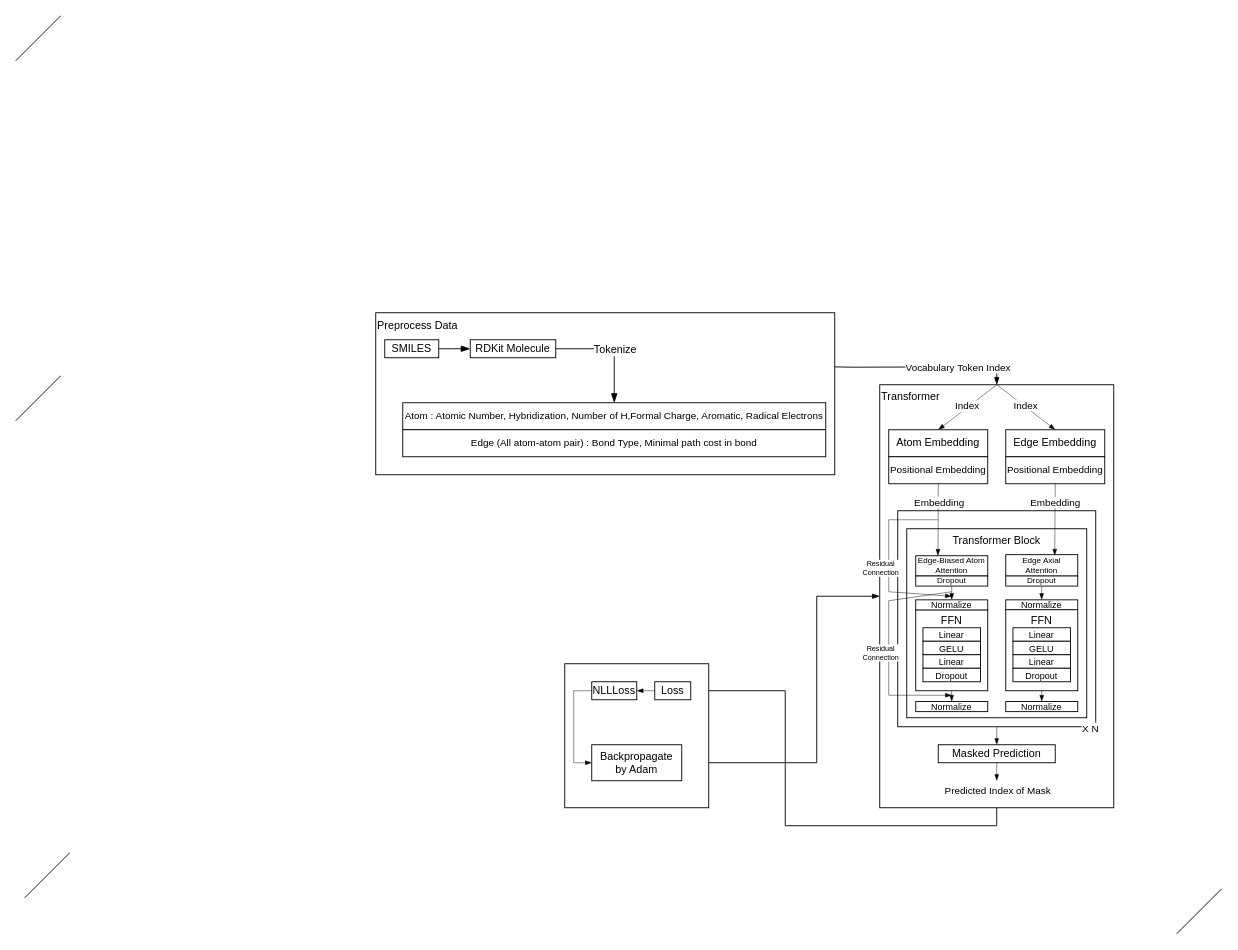
rladbtls1998/public_temp keeps this draw.io diagram as ligemb_model_structure_2.drawio. Above is the earlier version. Source tidied: cells renumbered, new cells numbered last; positions are measured from the earlier drawing's top-left corner, leaving out a move shared by most shapes. Both pictures are drawn from the tidied source at 90%, with x=0, y=0 at pixel (15, 15).
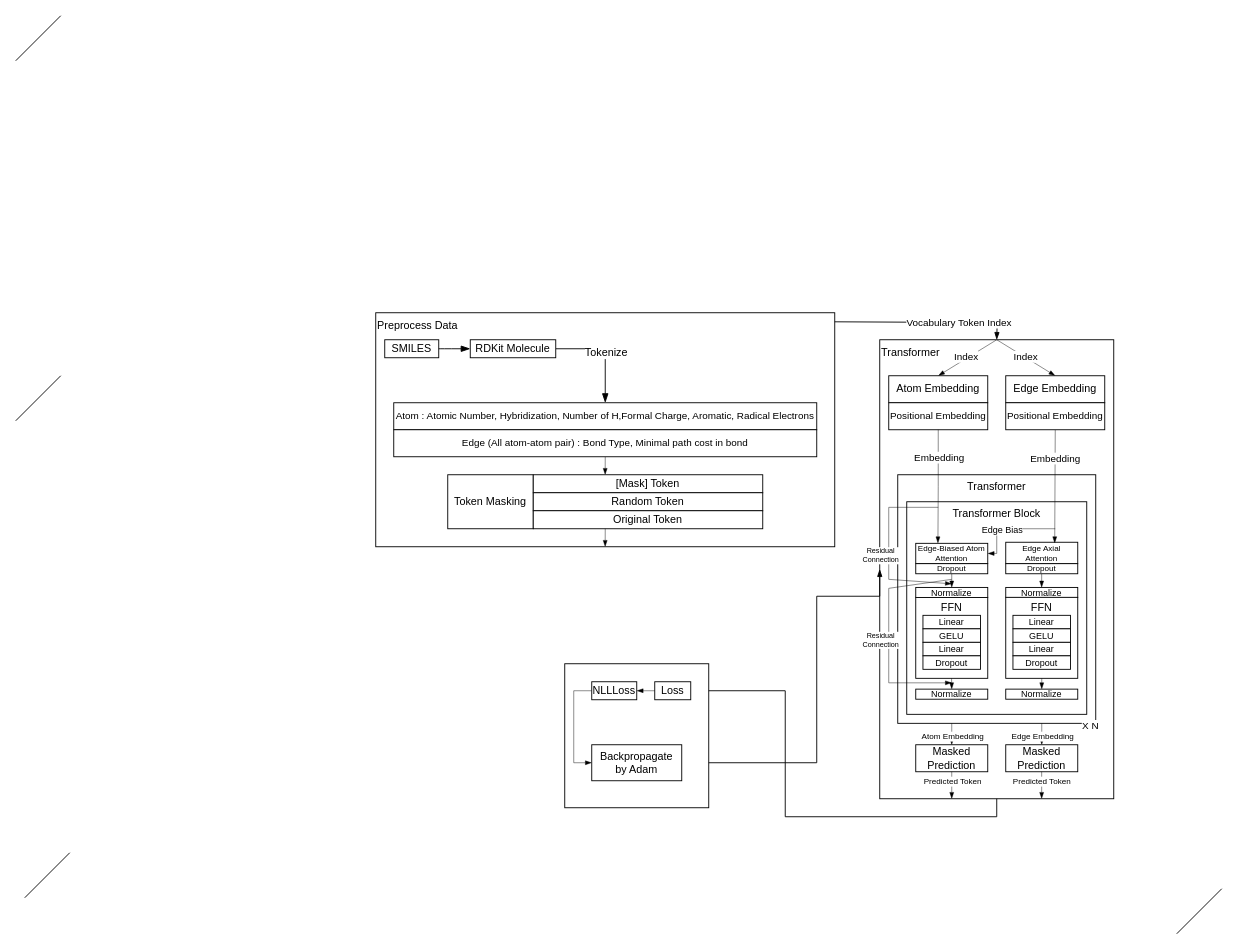
Above is the later version.

Unchanged cells that the change refers to:
```xml
<mxCell id="48" style="rounded=0;jettySize=auto;html=1;exitX=0.5;exitY=1;exitDx=0;exitDy=0;endArrow=blockThin;endFill=1;strokeWidth=0.5;elbow=vertical;entryX=0.68;entryY=0.041;entryDx=0;entryDy=0;entryPerimeter=0;" parent="1" edge="1" source="57" target="34">
  <mxGeometry relative="1" as="geometry" />
</mxCell>
<mxCell id="54" value="Positional Embedding" style="rounded=0;whiteSpace=wrap;html=1;fontSize=11;" parent="52" vertex="1">
  <mxGeometry y="30" width="110" height="30" as="geometry" />
</mxCell>
```

What changed in the source:
```diff
@@
     <mxCell id="2" value="Transformer" style="rounded=0;whiteSpace=wrap;html=1;align=left;verticalAlign=top;horizontal=1;" parent="1" vertex="1">
-      <mxGeometry x="960" y="410" width="260" height="470" as="geometry" />
+      <mxGeometry x="960" y="360" width="260" height="510" as="geometry" />
     </mxCell>
@@
-    <mxCell id="5" style="rounded=0;jettySize=auto;html=1;entryX=0.5;entryY=0;entryDx=0;entryDy=0;edgeStyle=orthogonalEdgeStyle;elbow=vertical;endArrow=blockThin;endFill=1;" parent="1" edge="1" target="2">
+    <mxCell id="5" style="rounded=0;orthogonalLoop=1;jettySize=auto;html=1;entryX=0.5;entryY=0;entryDx=0;entryDy=0;edgeStyle=orthogonalEdgeStyle;elbow=vertical;endArrow=blockThin;endFill=1;" parent="1" edge="1">
       <mxGeometry relative="1" as="geometry">
-        <mxPoint x="900" y="390" as="sourcePoint" />
+        <mxPoint x="900" y="340" as="sourcePoint" />
+        <mxPoint x="1090" y="360" as="targetPoint" />
       </mxGeometry>
     </mxCell>
@@
     <mxCell id="9" value="Masked Prediction" style="rounded=0;whiteSpace=wrap;html=1;" parent="1" vertex="1">
-      <mxGeometry x="1025" y="810" width="130" height="20" as="geometry" />
+      <mxGeometry x="1000" y="810" width="80" height="30" as="geometry" />
     </mxCell>
-    <mxCell id="10" style="rounded=0;jettySize=auto;html=1;exitX=0.5;exitY=1;exitDx=0;exitDy=0;endArrow=blockThin;endFill=1;strokeWidth=0.5;entryX=0.5;entryY=0;entryDx=0;entryDy=0;" parent="1" edge="1" source="17" target="9">
-      <mxGeometry relative="1" as="geometry" />
-    </mxCell>
     <mxCell id="11" style="rounded=0;jettySize=auto;html=1;exitX=0.5;exitY=1;exitDx=0;exitDy=0;endArrow=blockThin;endFill=1;strokeWidth=0.5;" parent="1" edge="1" source="9">
       <mxGeometry relative="1" as="geometry">
-        <mxPoint x="1090" y="850" as="targetPoint" />
+        <mxPoint x="1040" y="870" as="targetPoint" />
       </mxGeometry>
     </mxCell>
-    <mxCell id="12" value="Predicted Index of Mask" style="edgeLabel;html=1;align=center;verticalAlign=middle;" parent="11" vertex="1">
+    <mxCell id="12" value="Predicted Token" style="edgeLabel;html=1;align=center;verticalAlign=middle;fontSize=9;" parent="11" vertex="1">
       <mxGeometry x="0.51" y="-1" relative="1" as="geometry">
-        <mxPoint x="1" y="15" as="offset" />
+        <mxPoint x="1" y="-13" as="offset" />
       </mxGeometry>
     </mxCell>
@@
     <mxCell id="16" style="group;fontSize=10;" parent="1" vertex="1">
-      <mxGeometry x="970" y="550" width="230" height="240" as="geometry" />
+      <mxGeometry x="970" y="500" width="230" height="290" as="geometry" />
     </mxCell>
-    <mxCell id="17" style="rounded=0;whiteSpace=wrap;html=1;verticalAlign=top;align=right;" parent="16" vertex="1">
-      <mxGeometry x="10" width="220" height="240" as="geometry" />
+    <mxCell id="17" value="Transformer" style="rounded=0;whiteSpace=wrap;html=1;verticalAlign=top;align=center;" parent="16" vertex="1">
+      <mxGeometry x="10" y="10" width="220" height="276.2" as="geometry" />
     </mxCell>
     <mxCell id="18" value="Transformer Block" style="rounded=0;whiteSpace=wrap;html=1;verticalAlign=top;" parent="16" vertex="1">
-      <mxGeometry x="20" y="20" width="200" height="210" as="geometry" />
+      <mxGeometry x="20" y="40" width="200" height="236.2" as="geometry" />
     </mxCell>
@@
     <mxCell id="20" style="group;" parent="16" vertex="1">
-      <mxGeometry x="30" y="110" width="80" height="110" as="geometry" />
+      <mxGeometry x="30" y="146.2" width="80" height="110" as="geometry" />
     </mxCell>
@@
     <mxCell id="27" style="endArrow=blockThin;html=1;rounded=0;strokeWidth=0.5;endFill=1;" parent="16" edge="1">
       <mxGeometry relative="1" as="geometry">
-        <mxPoint x="55" y="10" as="sourcePoint" />
-        <mxPoint x="70" y="95" as="targetPoint" />
+        <mxPoint x="55" y="46.2" as="sourcePoint" />
+        <mxPoint x="70" y="131.2" as="targetPoint" />
         <Array as="points">
-          <mxPoint y="10" />
-          <mxPoint y="90" />
+          <mxPoint y="46.2" />
+          <mxPoint y="126.2" />
         </Array>
       </mxGeometry>
     </mxCell>
@@
     <mxCell id="31" value="Normalize" style="rounded=0;whiteSpace=wrap;html=1;fontSize=10;" parent="16" vertex="1">
-      <mxGeometry x="30" y="99" width="80" height="11.2" as="geometry" />
+      <mxGeometry x="30" y="135.2" width="80" height="11.2" as="geometry" />
     </mxCell>
     <mxCell id="32" value="Edge-Biased Atom Attention" style="rounded=0;whiteSpace=wrap;html=1;fontSize=9;" parent="16" vertex="1">
-      <mxGeometry x="30" y="50" width="80" height="22.5" as="geometry" />
+      <mxGeometry x="30" y="86.2" width="80" height="22.5" as="geometry" />
     </mxCell>
     <mxCell id="33" value="Normalize" style="rounded=0;whiteSpace=wrap;html=1;fontSize=10;" parent="16" vertex="1">
-      <mxGeometry x="130" y="99" width="80" height="11.2" as="geometry" />
+      <mxGeometry x="130" y="135.2" width="80" height="11.2" as="geometry" />
     </mxCell>
     <mxCell id="34" value="Edge Axial Attention" style="rounded=0;whiteSpace=wrap;html=1;fontSize=9;" parent="16" vertex="1">
-      <mxGeometry x="130" y="48.8" width="80" height="23.8" as="geometry" />
+      <mxGeometry x="130" y="85" width="80" height="23.8" as="geometry" />
     </mxCell>
     <mxCell id="35" value="&lt;font style=&quot;font-size: 9px;&quot;&gt;Dropout&lt;/font&gt;" style="rounded=0;whiteSpace=wrap;html=1;fontSize=9;" parent="16" vertex="1">
-      <mxGeometry x="30" y="72.5" width="80" height="11.2" as="geometry" />
+      <mxGeometry x="30" y="108.8" width="80" height="11.2" as="geometry" />
     </mxCell>
     <mxCell id="36" value="&lt;font style=&quot;font-size: 9px;&quot;&gt;Dropout&lt;/font&gt;" style="rounded=0;whiteSpace=wrap;html=1;fontSize=9;" parent="16" vertex="1">
-      <mxGeometry x="130" y="72.5" width="80" height="11.2" as="geometry" />
+      <mxGeometry x="130" y="108.8" width="80" height="11.2" as="geometry" />
     </mxCell>
     <mxCell id="37" style="rounded=0;orthogonalLoop=1;jettySize=auto;html=1;exitX=0.5;exitY=1;exitDx=0;exitDy=0;endArrow=blockThin;endFill=1;strokeWidth=0.5;entryX=0.5;entryY=0;entryDx=0;entryDy=0;" parent="16" edge="1">
       <mxGeometry relative="1" as="geometry">
-        <mxPoint x="169.9" y="84" as="sourcePoint" />
-        <mxPoint x="169.9" y="99" as="targetPoint" />
+        <mxPoint x="169.9" y="120.2" as="sourcePoint" />
+        <mxPoint x="169.9" y="135.2" as="targetPoint" />
       </mxGeometry>
     </mxCell>
     <mxCell id="38" value="FFN" style="rounded=0;whiteSpace=wrap;html=1;horizontal=1;verticalAlign=top;spacing=0;" parent="16" vertex="1">
-      <mxGeometry x="130" y="110" width="80" height="90" as="geometry" />
+      <mxGeometry x="130" y="146.2" width="80" height="90" as="geometry" />
     </mxCell>
     <mxCell id="39" value="Linear" style="rounded=0;whiteSpace=wrap;html=1;fontSize=10;" parent="16" vertex="1">
-      <mxGeometry x="138" y="130" width="64" height="15" as="geometry" />
+      <mxGeometry x="138" y="166.2" width="64" height="15" as="geometry" />
     </mxCell>
     <mxCell id="40" value="GELU" style="rounded=0;whiteSpace=wrap;html=1;fontSize=10;" parent="16" vertex="1">
-      <mxGeometry x="138" y="145" width="64" height="15" as="geometry" />
+      <mxGeometry x="138" y="181.2" width="64" height="15" as="geometry" />
     </mxCell>
     <mxCell id="41" value="Linear" style="rounded=0;whiteSpace=wrap;html=1;fontSize=10;" parent="16" vertex="1">
-      <mxGeometry x="138" y="160" width="64" height="15" as="geometry" />
+      <mxGeometry x="138" y="196.2" width="64" height="15" as="geometry" />
     </mxCell>
     <mxCell id="42" value="Dropout" style="rounded=0;whiteSpace=wrap;html=1;fontSize=10;" parent="16" vertex="1">
-      <mxGeometry x="138" y="175" width="64" height="15" as="geometry" />
+      <mxGeometry x="138" y="211.2" width="64" height="15" as="geometry" />
     </mxCell>
     <mxCell id="43" value="Normalize" style="rounded=0;whiteSpace=wrap;html=1;fontSize=10;" parent="16" vertex="1">
-      <mxGeometry x="30" y="212" width="80" height="11.2" as="geometry" />
+      <mxGeometry x="30" y="248.2" width="80" height="11.2" as="geometry" />
     </mxCell>
     <mxCell id="44" value="Normalize" style="rounded=0;whiteSpace=wrap;html=1;fontSize=10;" parent="16" vertex="1">
-      <mxGeometry x="130" y="212" width="80" height="11.2" as="geometry" />
+      <mxGeometry x="130" y="248.2" width="80" height="11.2" as="geometry" />
     </mxCell>
     <mxCell id="45" style="endArrow=blockThin;html=1;rounded=0;strokeWidth=0.5;endFill=1;" parent="16" edge="1">
       <mxGeometry relative="1" as="geometry">
-        <mxPoint x="70" y="90" as="sourcePoint" />
-        <mxPoint x="70" y="205" as="targetPoint" />
+        <mxPoint x="70" y="126.2" as="sourcePoint" />
+        <mxPoint x="70" y="241.2" as="targetPoint" />
         <Array as="points">
-          <mxPoint y="100" />
-          <mxPoint y="205" />
+          <mxPoint y="136.2" />
+          <mxPoint y="241.2" />
         </Array>
       </mxGeometry>
     </mxCell>
@@
+    <mxCell id="78" style="rounded=0;jettySize=auto;html=1;endArrow=blockThin;endFill=1;strokeWidth=0.5;entryX=0.5;entryY=0;entryDx=0;entryDy=0;" parent="16" edge="1" target="91">
+      <mxGeometry relative="1" as="geometry">
+        <mxPoint x="170" y="286.2" as="sourcePoint" />
+      </mxGeometry>
+    </mxCell>
+    <mxCell id="79" value="Edge Embedding" style="edgeLabel;html=1;align=center;verticalAlign=middle;fontFamily=Helvetica;fontSize=9;fontColor=default;labelBackgroundColor=default;" parent="78" vertex="1">
+      <mxGeometry x="-0.26" y="1" relative="1" as="geometry">
+        <mxPoint x="-1" y="5" as="offset" />
+      </mxGeometry>
+    </mxCell>
@@
     <mxCell id="49" value="Embedding" style="edgeLabel;html=1;align=center;verticalAlign=middle;" parent="48" vertex="1">
       <mxGeometry x="-0.62" y="2" relative="1" as="geometry">
-        <mxPoint x="-2" y="5" as="offset" />
+        <mxPoint x="-2" y="7" as="offset" />
       </mxGeometry>
     </mxCell>
-    <mxCell id="50" style="rounded=0;jettySize=auto;html=1;exitX=0.5;exitY=1;exitDx=0;exitDy=0;endArrow=blockThin;endFill=1;strokeWidth=0.5;edgeStyle=elbowEdgeStyle;elbow=vertical;entryX=0.308;entryY=-0.006;entryDx=0;entryDy=0;entryPerimeter=0;" parent="1" edge="1" source="54" target="32">
-      <mxGeometry relative="1" as="geometry" />
-    </mxCell>
-    <mxCell id="51" value="Embedding" style="edgeLabel;html=1;align=center;verticalAlign=middle;" parent="50" vertex="1">
-      <mxGeometry x="-0.12" y="1" relative="1" as="geometry">
-        <mxPoint x="-1" y="-15" as="offset" />
-      </mxGeometry>
-    </mxCell>
     <mxCell id="52" style="group;" parent="1" vertex="1">
-      <mxGeometry x="970" y="460" width="110" height="60" as="geometry" />
+      <mxGeometry x="970" y="400" width="110" height="60" as="geometry" />
     </mxCell>
@@
+    <mxCell id="50" style="rounded=0;jettySize=auto;html=1;exitX=0.5;exitY=1;exitDx=0;exitDy=0;endArrow=blockThin;endFill=1;strokeWidth=0.5;edgeStyle=elbowEdgeStyle;elbow=vertical;entryX=0.308;entryY=-0.006;entryDx=0;entryDy=0;entryPerimeter=0;" parent="1" edge="1" source="54" target="32">
+      <mxGeometry relative="1" as="geometry" />
+    </mxCell>
+    <mxCell id="51" value="Embedding" style="edgeLabel;html=1;align=center;verticalAlign=middle;" parent="50" vertex="1">
+      <mxGeometry x="-0.12" y="1" relative="1" as="geometry">
+        <mxPoint x="-1" y="-26" as="offset" />
+      </mxGeometry>
+    </mxCell>
     <mxCell id="55" style="group;" parent="1" vertex="1">
-      <mxGeometry x="1100" y="460" width="110" height="60" as="geometry" />
+      <mxGeometry x="1100" y="400" width="110" height="60" as="geometry" />
     </mxCell>
@@
     <mxCell id="61" style="group;" parent="1" vertex="1">
-      <mxGeometry x="400" y="330" width="510" height="180" as="geometry" />
+      <mxGeometry x="400" y="330" width="510" height="260" as="geometry" />
     </mxCell>
     <mxCell id="62" value="Preprocess Data" style="rounded=0;whiteSpace=wrap;html=1;verticalAlign=top;align=left;" parent="61" vertex="1">
-      <mxGeometry width="510" height="180" as="geometry" />
+      <mxGeometry width="510" height="260" as="geometry" />
     </mxCell>
@@
-    <mxCell id="68" style="group;fontSize=10;" parent="61" vertex="1">
-      <mxGeometry x="20" y="100" width="480" height="70" as="geometry" />
-    </mxCell>
+    <mxCell id="80" style="group;" parent="61" vertex="1">
+      <mxGeometry x="20" y="100" width="470" height="60" as="geometry" />
+    </mxCell>
-    <mxCell id="69" value="Atom : Atomic Number, Hybridization, Number of H,Formal Charge, Aromatic, Radical Electrons" style="rounded=0;whiteSpace=wrap;html=1;fontSize=11;" parent="68" vertex="1">
-      <mxGeometry x="10" width="470" height="30" as="geometry" />
+    <mxCell id="69" value="Atom : Atomic Number, Hybridization, Number of H,Formal Charge, Aromatic, Radical Electrons" style="rounded=0;whiteSpace=wrap;html=1;fontSize=11;" parent="80" vertex="1">
+      <mxGeometry width="470" height="30" as="geometry" />
     </mxCell>
+    <mxCell id="81" style="edgeStyle=none;rounded=0;jettySize=auto;html=1;exitX=0.5;exitY=1;exitDx=0;exitDy=0;strokeColor=default;strokeWidth=0.5;align=center;verticalAlign=middle;fontFamily=Helvetica;fontSize=11;fontColor=default;labelBackgroundColor=default;endArrow=blockThin;endFill=1;" parent="80" edge="1" source="70">
+      <mxGeometry relative="1" as="geometry">
+        <mxPoint x="234.9" y="80" as="targetPoint" />
+      </mxGeometry>
+    </mxCell>
-    <mxCell id="70" value="Edge (All atom-atom pair) : Bond Type, Minimal path cost in bond" style="rounded=0;whiteSpace=wrap;html=1;fontSize=11;" parent="68" vertex="1">
-      <mxGeometry x="10" y="30" width="470" height="30" as="geometry" />
+    <mxCell id="70" value="Edge (All atom-atom pair) : Bond Type, Minimal path cost in bond" style="rounded=0;whiteSpace=wrap;html=1;fontSize=11;" parent="80" vertex="1">
+      <mxGeometry y="30" width="470" height="30" as="geometry" />
     </mxCell>
+    <mxCell id="82" style="group;" parent="61" vertex="1">
+      <mxGeometry x="80" y="180" width="350" height="60" as="geometry" />
+    </mxCell>
+    <mxCell id="83" style="group;" parent="82" vertex="1">
+      <mxGeometry width="350" height="60" as="geometry" />
+    </mxCell>
+    <mxCell id="84" value="&lt;div&gt;Token Masking&lt;br&gt;&lt;/div&gt;" style="rounded=0;whiteSpace=wrap;html=1;" parent="83" vertex="1">
+      <mxGeometry width="95" height="60" as="geometry" />
+    </mxCell>
+    <mxCell id="85" value="[Mask] Token" style="rounded=0;whiteSpace=wrap;html=1;" parent="83" vertex="1">
+      <mxGeometry x="95" width="255" height="20" as="geometry" />
+    </mxCell>
+    <mxCell id="86" value="Random Token" style="rounded=0;whiteSpace=wrap;html=1;" parent="83" vertex="1">
+      <mxGeometry x="95" y="20" width="255" height="20" as="geometry" />
+    </mxCell>
+    <mxCell id="87" value="Original Token" style="rounded=0;whiteSpace=wrap;html=1;" parent="83" vertex="1">
+      <mxGeometry x="95" y="40" width="255" height="20" as="geometry" />
+    </mxCell>
+    <mxCell id="88" style="edgeStyle=none;rounded=0;orthogonalLoop=1;jettySize=auto;html=1;exitX=0.5;exitY=1;exitDx=0;exitDy=0;strokeColor=default;strokeWidth=0.5;align=center;verticalAlign=middle;fontFamily=Helvetica;fontSize=11;fontColor=default;labelBackgroundColor=default;endArrow=blockThin;endFill=1;" parent="61" edge="1">
+      <mxGeometry relative="1" as="geometry">
+        <mxPoint x="255" y="240" as="sourcePoint" />
+        <mxPoint x="254.9" y="260" as="targetPoint" />
+      </mxGeometry>
+    </mxCell>
@@
+    <mxCell id="89" style="rounded=0;jettySize=auto;html=1;endArrow=blockThin;endFill=1;strokeWidth=0.5;entryX=1;entryY=0.5;entryDx=0;entryDy=0;edgeStyle=elbowEdgeStyle;startSize=6;" parent="1" edge="1" target="32">
+      <mxGeometry relative="1" as="geometry">
+        <mxPoint x="1155" y="570" as="sourcePoint" />
+        <Array as="points">
+          <mxPoint x="1090" y="586.2" />
+        </Array>
+      </mxGeometry>
+    </mxCell>
+    <mxCell id="90" value="&lt;font style=&quot;font-size: 10px;&quot;&gt;Edge Bias&lt;/font&gt;" style="edgeLabel;html=1;align=center;verticalAlign=middle;fontFamily=Helvetica;fontSize=10;fontColor=default;labelBackgroundColor=default;" parent="89" vertex="1">
+      <mxGeometry x="0.18" relative="1" as="geometry" />
+    </mxCell>
+    <mxCell id="91" value="Masked Prediction" style="rounded=0;whiteSpace=wrap;html=1;" parent="1" vertex="1">
+      <mxGeometry x="1100" y="810" width="80" height="30" as="geometry" />
+    </mxCell>
+    <mxCell id="10" style="rounded=0;jettySize=auto;html=1;endArrow=blockThin;endFill=1;strokeWidth=0.5;entryX=0.5;entryY=0;entryDx=0;entryDy=0;" parent="1" edge="1" target="9">
+      <mxGeometry relative="1" as="geometry">
+        <mxPoint x="1040" y="786.2" as="sourcePoint" />
+      </mxGeometry>
+    </mxCell>
+    <mxCell id="92" value="Atom Embedding" style="edgeLabel;html=1;align=center;verticalAlign=middle;fontFamily=Helvetica;fontSize=9;fontColor=default;labelBackgroundColor=default;" parent="10" vertex="1">
+      <mxGeometry x="-0.16" y="-1" relative="1" as="geometry">
+        <mxPoint x="1" y="4" as="offset" />
+      </mxGeometry>
+    </mxCell>
+    <mxCell id="93" style="rounded=0;orthogonalLoop=1;jettySize=auto;html=1;exitX=0.5;exitY=1;exitDx=0;exitDy=0;endArrow=blockThin;endFill=1;strokeWidth=0.5;entryX=0.308;entryY=0.981;entryDx=0;entryDy=0;entryPerimeter=0;" parent="1" edge="1">
+      <mxGeometry relative="1" as="geometry">
+        <mxPoint x="1139.9" y="840" as="sourcePoint" />
+        <mxPoint x="1139.9" y="870" as="targetPoint" />
+      </mxGeometry>
+    </mxCell>
+    <mxCell id="94" value="Predicted Token" style="edgeLabel;html=1;align=center;verticalAlign=middle;fontSize=9;" parent="93" vertex="1">
+      <mxGeometry x="0.51" y="-1" relative="1" as="geometry">
+        <mxPoint x="1" y="-13" as="offset" />
+      </mxGeometry>
+    </mxCell>
```
